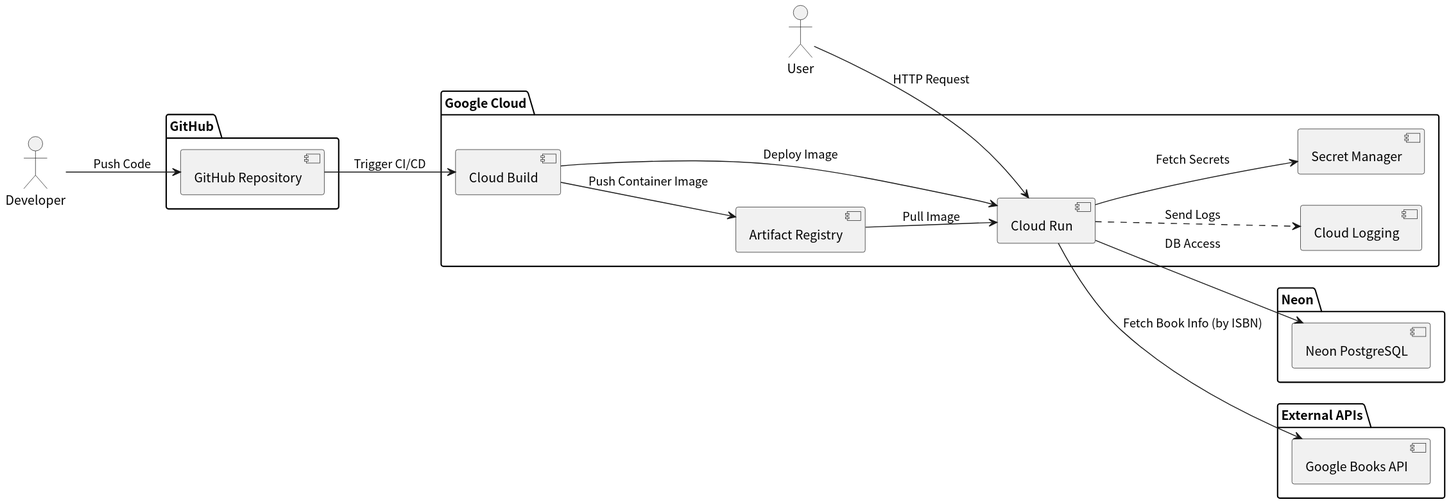
Before: docs/system_architecture/system_architecture/system_architecture.svg, a diagram exported from PlantUML (tomoki-shiozaki/climate-change-app).
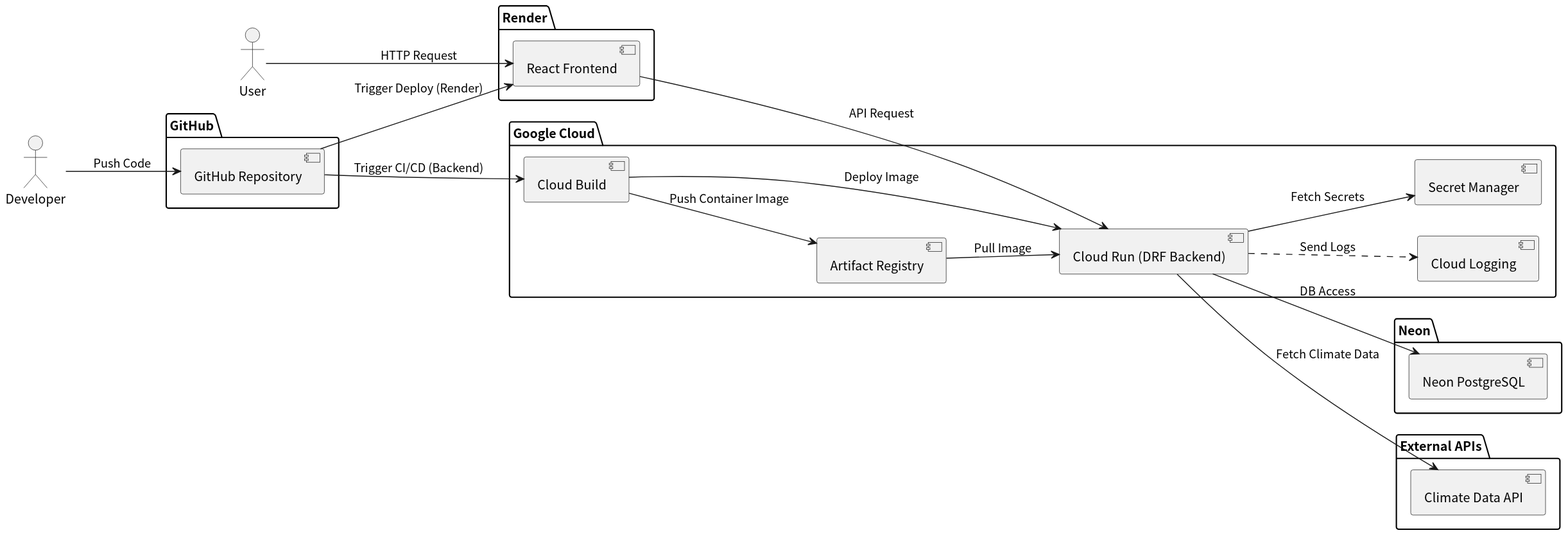
The same file after the commit.

Commit message:
docs: add system architecture diagram (WIP)

Diff of the diagram source:
```diff
@@ -1,7 +1,6 @@
 @startuml
 skinparam defaultFontName "Noto Sans CJK JP"
 left to right direction
-
 
 actor User
 actor Developer
@@ -10,10 +9,14 @@
   component "GitHub Repository" as GitHubRepo
 }
 
+package "Render" {
+  component "React Frontend" as Frontend
+}
+
 package "Google Cloud" {
   component "Cloud Build" as CloudBuild
   component "Artifact Registry" as ArtifactRegistry
-  component "Cloud Run" as CloudRun
+  component "Cloud Run (DRF Backend)" as CloudRun
   component "Cloud Logging" as Logging
   component "Secret Manager" as SecretManager
 }
@@ -23,21 +26,22 @@
 }
 
 package "External APIs" {
-  component "Google Books API" as GoogleBooksAPI
+  component "Climate Data API" as ClimateAPI
 }
 
 Developer --> GitHubRepo : Push Code
-GitHubRepo --> CloudBuild : Trigger CI/CD
+GitHubRepo --> CloudBuild : Trigger CI/CD (Backend)
 CloudBuild --> ArtifactRegistry : Push Container Image
 CloudBuild --> CloudRun : Deploy Image
 ArtifactRegistry --> CloudRun : Pull Image
 
+GitHubRepo --> Frontend : Trigger Deploy (Render)
+
 CloudRun --> SecretManager : Fetch Secrets
 
-
-User --> CloudRun : HTTP Request
+User --> Frontend : HTTP Request
+Frontend --> CloudRun : API Request
 CloudRun --> NeonPostgreSQL : DB Access
+CloudRun --> ClimateAPI : Fetch Climate Data
 CloudRun ..> Logging : Send Logs
-
-CloudRun --> GoogleBooksAPI : Fetch Book Info (by ISBN)
 @enduml
```
